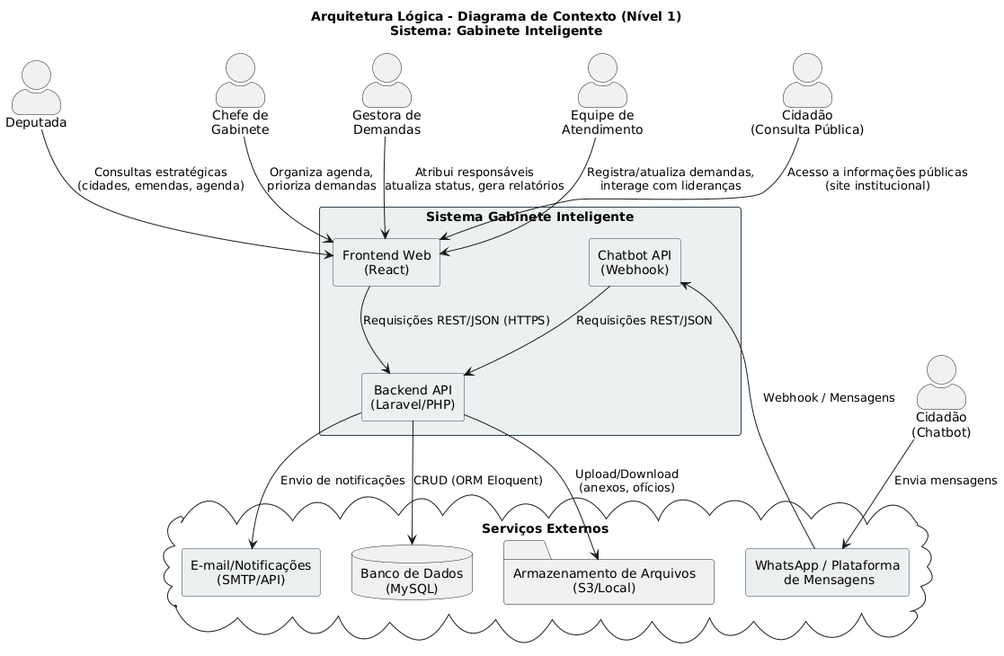
The PlantUML diagram Artefatos/Arquitetura/Diagrama-contexto.png in ICEI-PUC-Minas-PPLES-TI/plf-es-2025-2-tcci-0393100-dev-bernardo-biondini, before a commit.
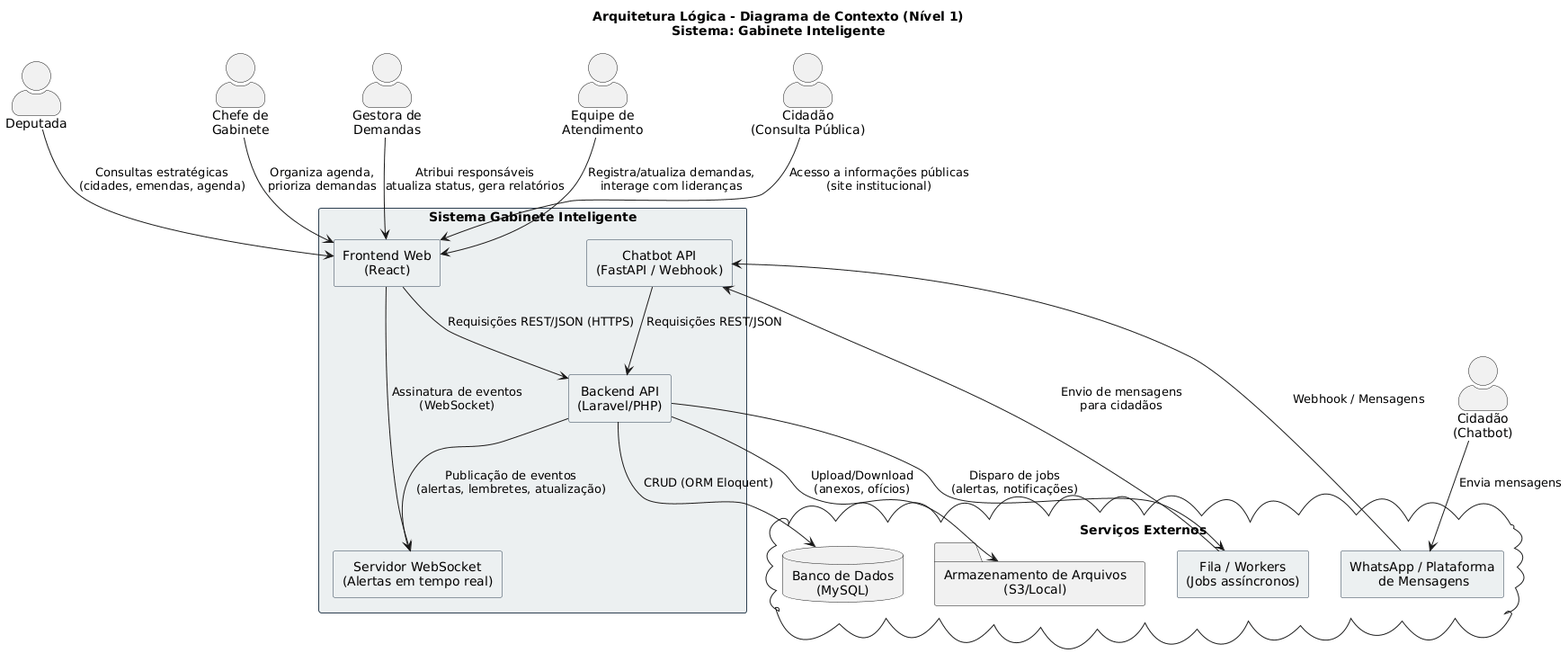
The same file after the commit.

Diff of the diagram source:
```diff
@@ -19,12 +19,13 @@
 rectangle "Sistema Gabinete Inteligente" as SGI {
   rectangle "Frontend Web\n(React)" as FE
   rectangle "Backend API\n(Laravel/PHP)" as BE
-  rectangle "Chatbot API\n(Webhook)" as Chatbot
+  rectangle "Chatbot API\n(FastAPI / Webhook)" as Chatbot
+  rectangle "Servidor WebSocket\n(Alertas em tempo real)" as WS
 }
 
 cloud "Serviços Externos" as Ext {
   rectangle "WhatsApp / Plataforma\n de Mensagens" as WhatsApp
-  rectangle "E-mail/Notificações\n(SMTP/API)" as Email
+  rectangle "Fila / Workers\n(Jobs assíncronos)" as Queue
   database "Banco de Dados\n(MySQL)" as DB
   folder "Armazenamento de Arquivos\n(S3/Local)" as Storage
 }
@@ -40,7 +41,10 @@
 Chatbot --> BE : Requisições REST/JSON
 
 FE --> BE : Requisições REST/JSON (HTTPS)
+FE --> WS : Assinatura de eventos\n(WebSocket)
 BE --> DB : CRUD (ORM Eloquent)
 BE --> Storage : Upload/Download\n(anexos, ofícios)
-BE --> Email : Envio de notificações
+BE --> Queue : Disparo de jobs\n(alertas, notificações)
+Queue --> Chatbot : Envio de mensagens\npara cidadãos
+BE --> WS : Publicação de eventos\n(alertas, lembretes, atualização)
 @enduml
```
